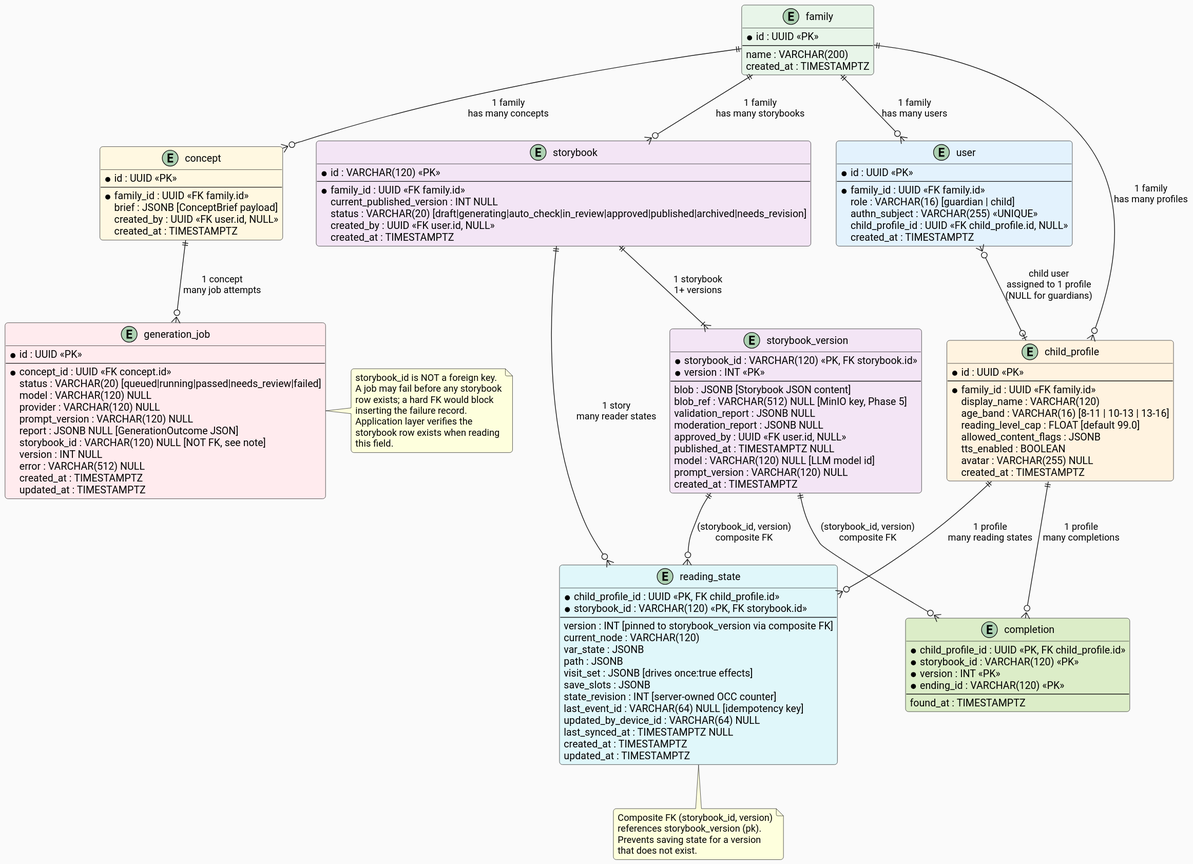
ByronWilliamsCPA/cyo-adventure keeps this PlantUML diagram as docs/architecture/diagrams/er-diagram.svg. Above is the earlier version.
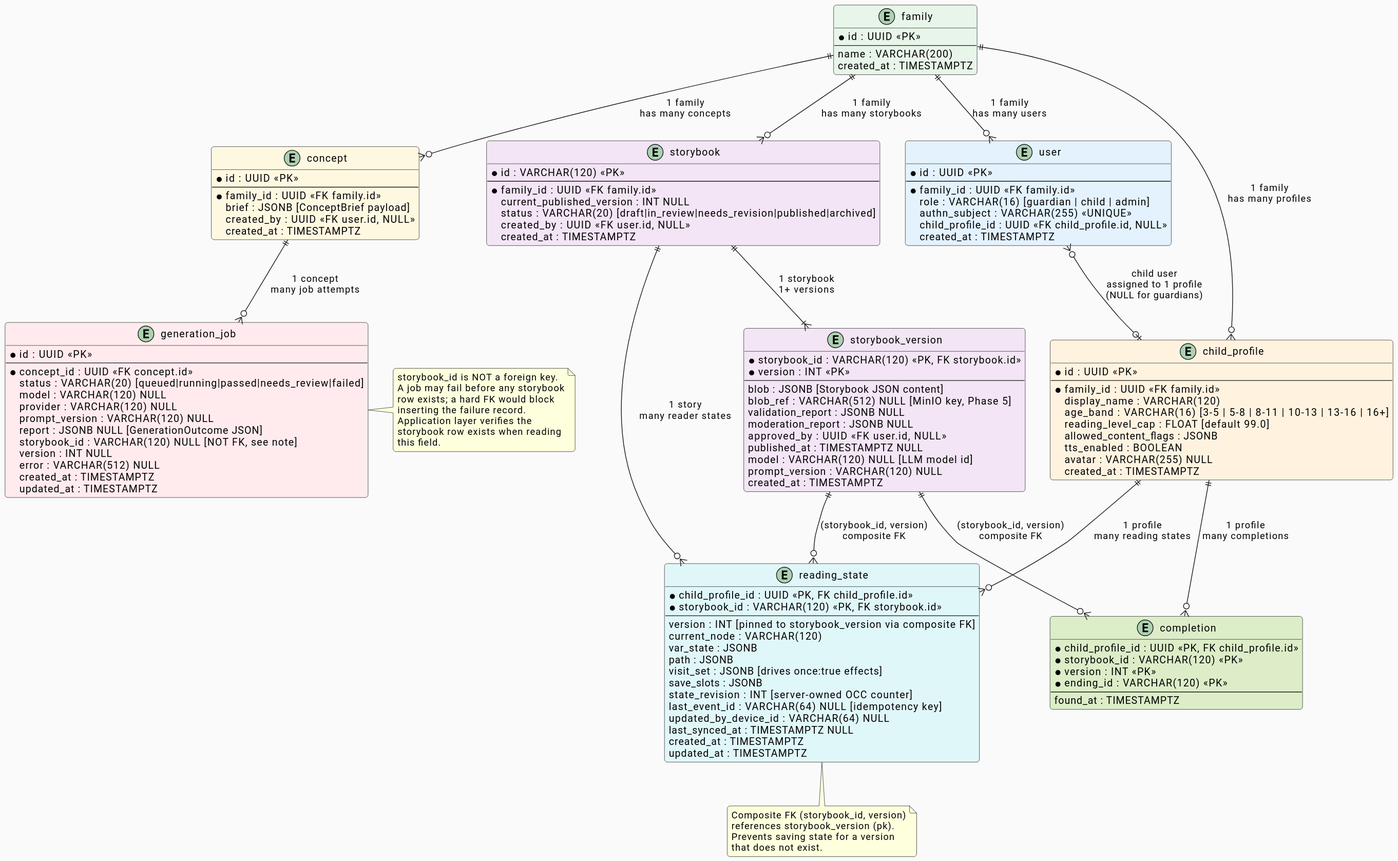
After the commit.

Change to the diagram source:
```diff
@@ -15,7 +15,7 @@
   * id : UUID <<PK>>
   --
   * family_id : UUID <<FK family.id>>
-  role : VARCHAR(16) [guardian | child]
+  role : VARCHAR(16) [guardian | child | admin]
   authn_subject : VARCHAR(255) <<UNIQUE>>
   child_profile_id : UUID <<FK child_profile.id, NULL>>
   created_at : TIMESTAMPTZ
@@ -26,7 +26,7 @@
   --
   * family_id : UUID <<FK family.id>>
   display_name : VARCHAR(120)
-  age_band : VARCHAR(16) [8-11 | 10-13 | 13-16]
+  age_band : VARCHAR(16) [3-5 | 5-8 | 8-11 | 10-13 | 13-16 | 16+]
   reading_level_cap : FLOAT [default 99.0]
   allowed_content_flags : JSONB
   tts_enabled : BOOLEAN
@@ -39,7 +39,7 @@
   --
   * family_id : UUID <<FK family.id>>
   current_published_version : INT NULL
-  status : VARCHAR(20) [draft|generating|auto_check|in_review|approved|published|archived|needs_revision]
+  status : VARCHAR(20) [draft|in_review|needs_revision|published|archived]
   created_by : UUID <<FK user.id, NULL>>
   created_at : TIMESTAMPTZ
 }
```
